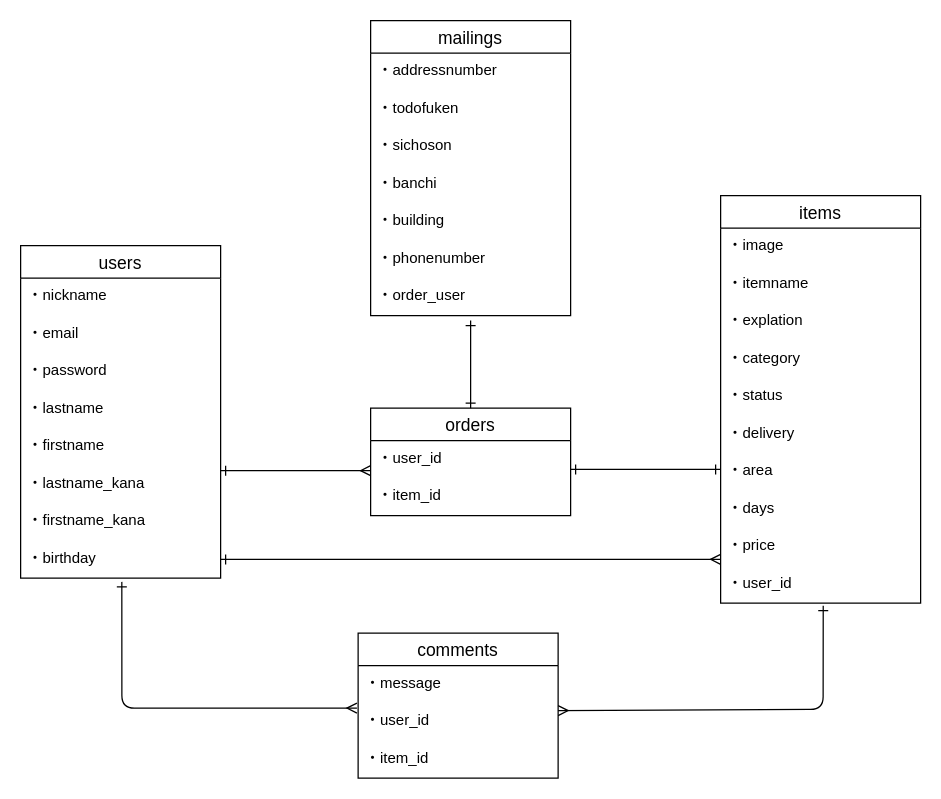
Earlier version of the draw.io diagram test.dio (ymokkk/furima-37641). Source tidied: cells renumbered, new cells numbered last; positions are measured from the earlier drawing's top-left corner, leaving out a move shared by most shapes. Both pictures are drawn from the tidied source at 125%, with x=0, y=0 at pixel (20, 20).
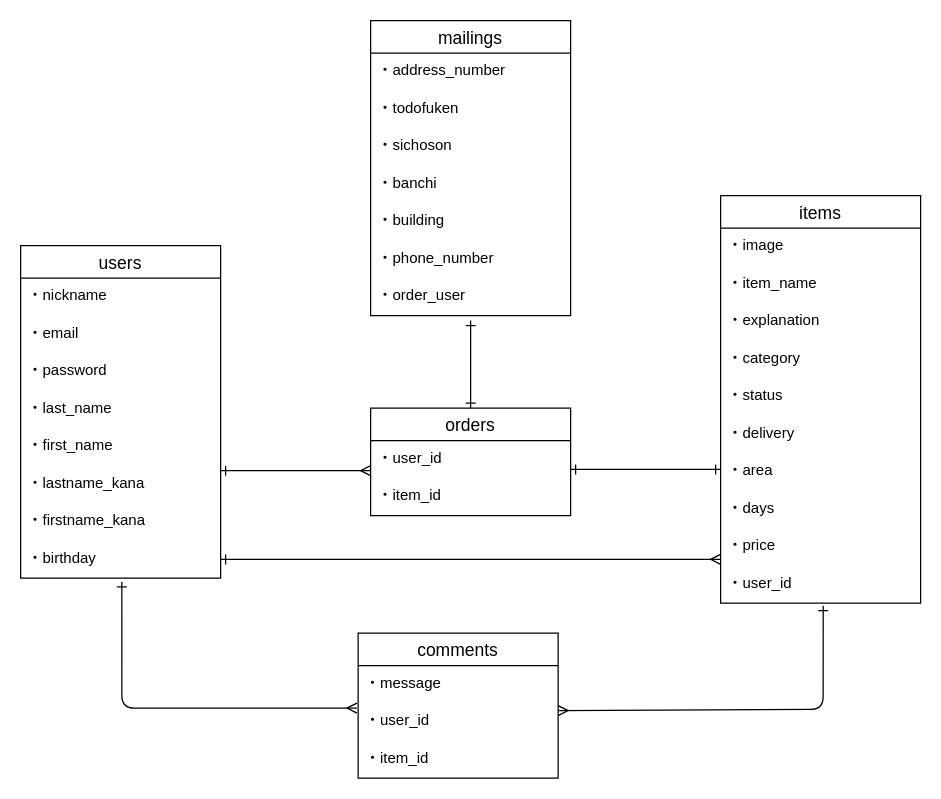
The same diagram, later.

The change refers to these unchanged cells:
```xml
<mxCell id="2" value="users" style="swimlane;fontStyle=0;horizontal=1;startSize=26;align=center;fontSize=14;" parent="1" vertex="1">
  <mxGeometry y="180" width="160" height="266" as="geometry" />
</mxCell>
<mxCell id="11" value="items" style="swimlane;fontStyle=0;horizontal=1;startSize=26;align=center;fontSize=14;" parent="1" vertex="1">
  <mxGeometry x="560" y="140" width="160" height="326" as="geometry" />
</mxCell>
<mxCell id="29" value="mailings" style="swimlane;fontStyle=0;horizontal=1;startSize=26;align=center;fontSize=14;" parent="1" vertex="1">
  <mxGeometry x="280" width="160" height="236" as="geometry" />
</mxCell>
```

Change to the diagram source:
```diff
@@
-    <mxCell id="6" value="・lastname" style="text;strokeColor=none;fillColor=none;spacingLeft=4;spacingRight=4;overflow=hidden;fontSize=12;" parent="2" vertex="1">
+    <mxCell id="6" value="・last_name" style="text;strokeColor=none;fillColor=none;spacingLeft=4;spacingRight=4;overflow=hidden;fontSize=12;" parent="2" vertex="1">
       <mxGeometry y="116" width="160" height="30" as="geometry" />
     </mxCell>
-    <mxCell id="7" value="・firstname" style="text;strokeColor=none;fillColor=none;spacingLeft=4;spacingRight=4;overflow=hidden;fontSize=12;" parent="2" vertex="1">
+    <mxCell id="7" value="・first_name" style="text;strokeColor=none;fillColor=none;spacingLeft=4;spacingRight=4;overflow=hidden;fontSize=12;" parent="2" vertex="1">
       <mxGeometry y="146" width="160" height="30" as="geometry" />
     </mxCell>
@@
-    <mxCell id="13" value="・itemname" style="text;strokeColor=none;fillColor=none;spacingLeft=4;spacingRight=4;overflow=hidden;fontSize=12;" parent="11" vertex="1">
+    <mxCell id="13" value="・item_name" style="text;strokeColor=none;fillColor=none;spacingLeft=4;spacingRight=4;overflow=hidden;fontSize=12;" parent="11" vertex="1">
       <mxGeometry y="56" width="160" height="30" as="geometry" />
     </mxCell>
-    <mxCell id="14" value="・explation" style="text;strokeColor=none;fillColor=none;spacingLeft=4;spacingRight=4;overflow=hidden;fontSize=12;" parent="11" vertex="1">
+    <mxCell id="14" value="・explanation" style="text;strokeColor=none;fillColor=none;spacingLeft=4;spacingRight=4;overflow=hidden;fontSize=12;" parent="11" vertex="1">
       <mxGeometry y="86" width="160" height="30" as="geometry" />
     </mxCell>
@@
-    <mxCell id="30" value="・addressnumber" style="text;strokeColor=none;fillColor=none;spacingLeft=4;spacingRight=4;overflow=hidden;fontSize=12;" parent="29" vertex="1">
+    <mxCell id="30" value="・address_number" style="text;strokeColor=none;fillColor=none;spacingLeft=4;spacingRight=4;overflow=hidden;fontSize=12;" parent="29" vertex="1">
       <mxGeometry y="26" width="160" height="30" as="geometry" />
     </mxCell>
@@
-    <mxCell id="35" value="・phonenumber" style="text;strokeColor=none;fillColor=none;spacingLeft=4;spacingRight=4;overflow=hidden;fontSize=12;" parent="29" vertex="1">
+    <mxCell id="35" value="・phone_number" style="text;strokeColor=none;fillColor=none;spacingLeft=4;spacingRight=4;overflow=hidden;fontSize=12;" parent="29" vertex="1">
       <mxGeometry y="176" width="160" height="30" as="geometry" />
     </mxCell>
```
